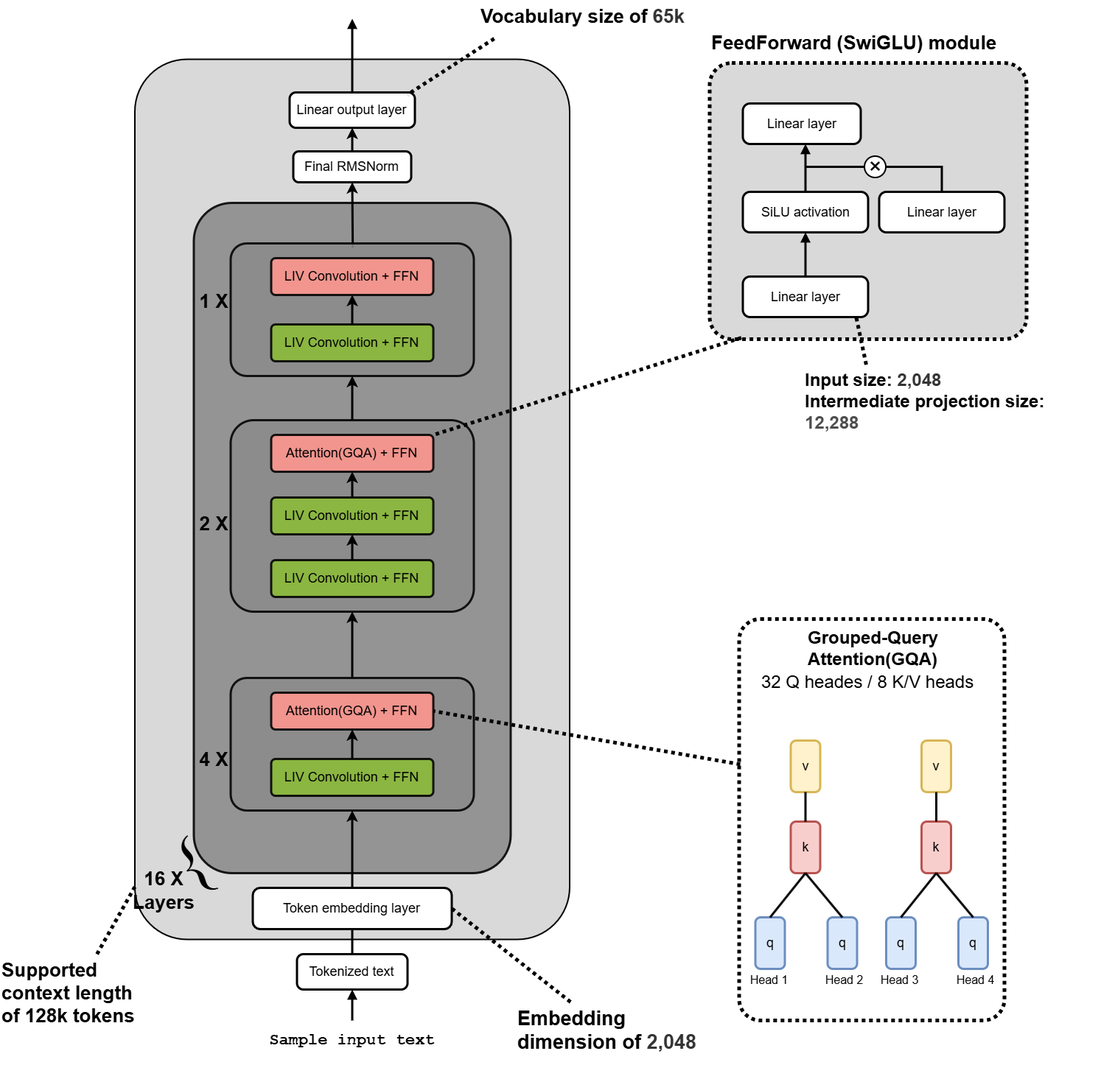
Earlier version of the draw.io export Models/LFM/LFM2.5-(1.2B).drawio.png (EarthWind/deeparch). Source tidied: cells renumbered, new cells last; positions are measured from the earlier drawing's top-left corner, leaving out a move shared by most shapes.
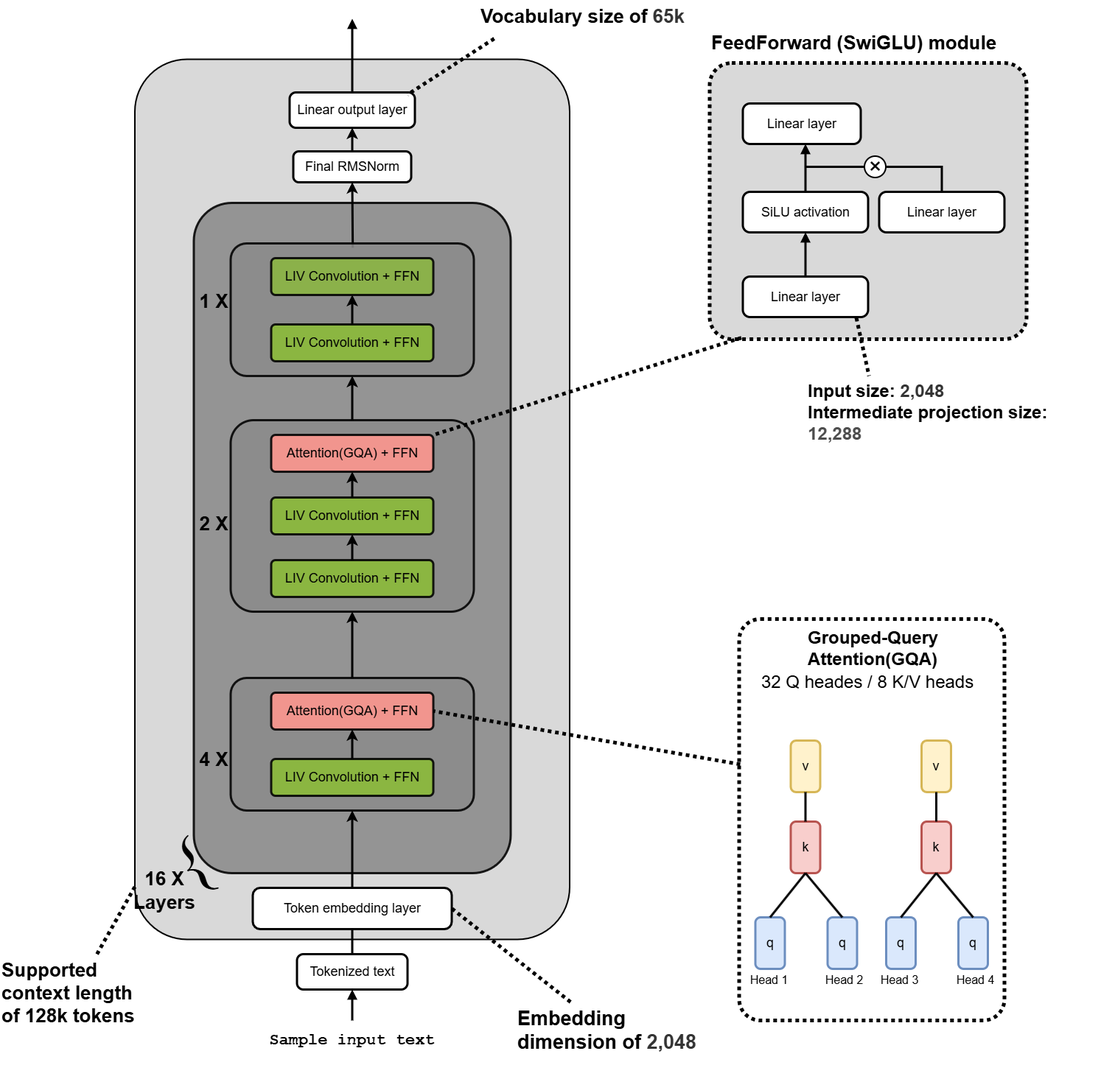
After the commit.

Commit message:
feat models: add LFM2.5(8B-A1B) and LFM2.5(350B) architecture.

Diff of the diagram source:
```diff
@@ -91,7 +91,7 @@
       </mxGeometry>
     </mxCell>
     <mxCell id="28" value="Input size:&amp;nbsp;&lt;font style=&quot;color: light-dark(rgb(51, 51, 51), rgb(235, 131, 38));&quot;&gt;2,048&lt;/font&gt;&lt;div&gt;Intermediate projection size:&lt;font style=&quot;&quot;&gt;&amp;nbsp;&lt;/font&gt;&lt;/div&gt;&lt;div&gt;&lt;font style=&quot;&quot;&gt;&lt;font style=&quot;color: light-dark(rgb(77, 77, 77), rgb(235, 131, 38));&quot;&gt;12,288&lt;/font&gt;&lt;/font&gt;&lt;br&gt;&lt;/div&gt;" style="text;html=1;strokeColor=none;fillColor=none;align=left;verticalAlign=top;whiteSpace=wrap;rounded=0;fontFamily=Arial;fontStyle=1;fontSize=28;fontColor=#000000;fontSize=24;" parent="1" vertex="1">
-      <mxGeometry x="1090" y="495" width="340" height="95" as="geometry" />
+      <mxGeometry x="1093.8" y="510" width="340" height="95" as="geometry" />
     </mxCell>
     <mxCell id="29" style="endArrow=none;html=1;rounded=0;strokeWidth=5;strokeColor=#000000;dashed=1;dashPattern=1 1;entryX=0.25;entryY=0;entryDx=0;entryDy=0;exitX=0.906;exitY=1.018;exitDx=0;exitDy=0;exitPerimeter=0;" parent="1" edge="1" source="25" target="28">
       <mxGeometry relative="1" as="geometry" />
@@ -147,7 +147,7 @@
     <mxCell id="44" style="rounded=1;whiteSpace=wrap;html=1;arcSize=12;strokeColor=#000000;strokeWidth=3;fillColor=light-dark(#8b8b8b, #3F6E98);opacity=88;" parent="1" vertex="1">
       <mxGeometry x="312.5" y="330" width="330" height="180" as="geometry" />
     </mxCell>
-    <mxCell id="45" value="&lt;font style=&quot;font-size: 18px;&quot;&gt;LIV Convolution + FFN&lt;/font&gt;" style="rounded=1;whiteSpace=wrap;html=1;arcSize=12;strokeColor=#000000;strokeWidth=3;fillColor=light-dark(#ff968e, #3F6E98);opacity=88;" parent="1" vertex="1">
+    <mxCell id="45" value="&lt;font style=&quot;font-size: 18px;&quot;&gt;LIV Convolution + FFN&lt;/font&gt;" style="rounded=1;whiteSpace=wrap;html=1;arcSize=12;strokeColor=#000000;strokeWidth=3;fillColor=light-dark(#8bb641, #3F6E98);opacity=88;" parent="1" vertex="1">
       <mxGeometry x="367.5" y="350" width="220" height="50" as="geometry" />
     </mxCell>
     <mxCell id="46" value="&lt;font style=&quot;font-size: 18px;&quot;&gt;LIV Convolution + FFN&lt;/font&gt;" style="rounded=1;whiteSpace=wrap;html=1;arcSize=12;strokeColor=#000000;strokeWidth=3;fillColor=light-dark(#8bbc37, #3F6E98);opacity=88;" parent="1" vertex="1">
```
